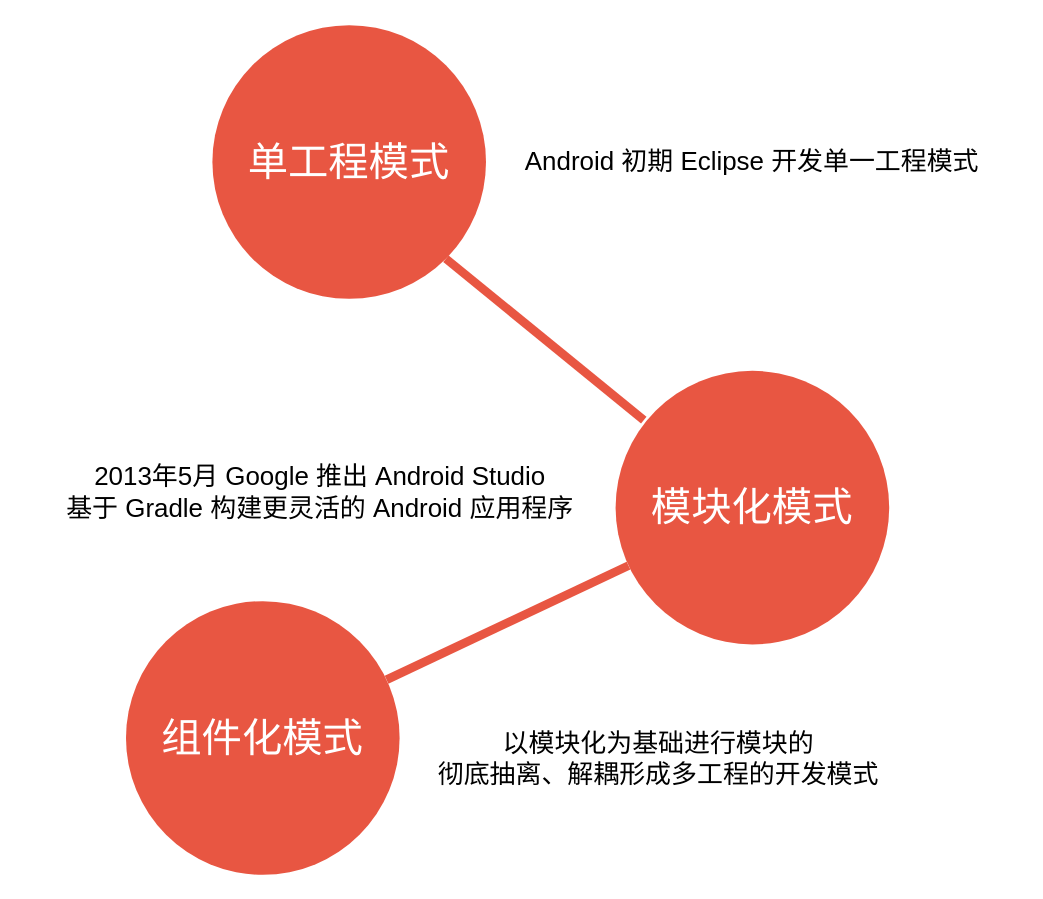
Before: ImageFolder/Wiki/basis_evolution.drawio in RockyQu/ComponentFrames, a draw.io diagram. Source tidied: cells renumbered, new cells numbered last; positions are measured from the earlier drawing's top-left corner, leaving out a move shared by most shapes. Both pictures are drawn from the tidied source at 144%, with x=0, y=0 at pixel (24, 24).
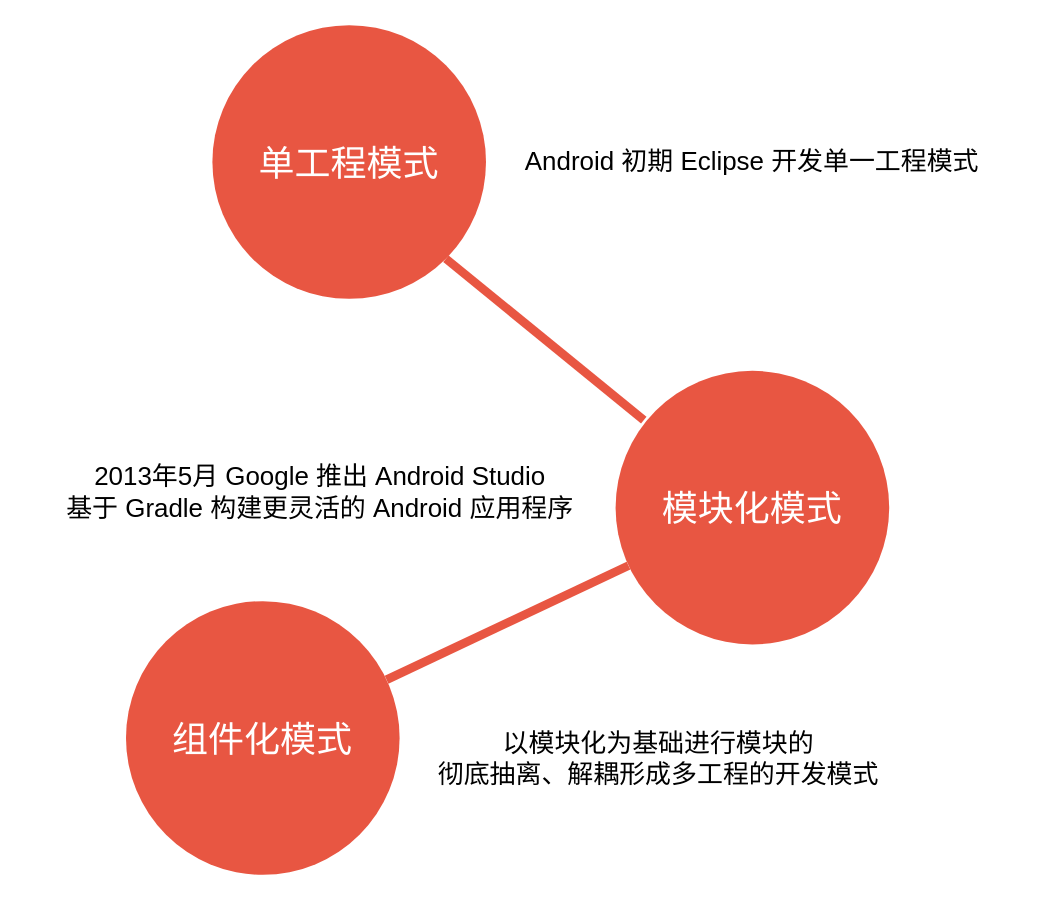
The same diagram, later.

Commit message (it also covers changes not shown here):
添加架构图

What changed in the source:
```diff
@@
 <mxGraphModel background="#ffffff">
   <root>
     <mxCell id="0" />
     <mxCell id="1" parent="0" />
-    <mxCell id="2" value="&lt;font style=&quot;font-size: 28px&quot;&gt;单工程模式&lt;/font&gt;" style="ellipse;whiteSpace=wrap;html=1;shadow=0;fontFamily=Helvetica;fontSize=20;fontColor=#FFFFFF;align=center;strokeWidth=3;fillColor=#E85642;strokeColor=none;" parent="1" vertex="1">
+    <mxCell id="2" value="&lt;font style=&quot;font-size: 25px&quot;&gt;&lt;font style=&quot;vertical-align: inherit ; font-size: 25px&quot;&gt;&lt;font style=&quot;vertical-align: inherit ; font-size: 25px&quot;&gt;单工程模式&lt;/font&gt;&lt;/font&gt;&lt;/font&gt;" style="ellipse;whiteSpace=wrap;html=1;shadow=0;fontFamily=Helvetica;fontSize=20;fontColor=#FFFFFF;align=center;strokeWidth=3;fillColor=#E85642;strokeColor=none;" parent="1" vertex="1">
       <mxGeometry x="130" width="190" height="190" as="geometry" />
     </mxCell>
     <mxCell id="3" style="edgeStyle=none;endArrow=none;strokeWidth=6;strokeColor=#E85642;html=1;exitX=0.103;exitY=0.18;exitDx=0;exitDy=0;entryX=1;entryY=1;entryDx=0;entryDy=0;exitPerimeter=0;" parent="1" edge="1" source="6" target="2">
       <mxGeometry x="331" y="276.5" as="geometry" />
     </mxCell>
     <mxCell id="4" style="edgeStyle=none;endArrow=none;strokeWidth=6;strokeColor=#E85642;html=1;" parent="1" edge="1" source="6" target="5">
       <mxGeometry x="341" y="300.5" as="geometry" />
     </mxCell>
-    <mxCell id="5" value="&lt;font style=&quot;font-size: 28px&quot;&gt;组件化模式&lt;/font&gt;" style="ellipse;whiteSpace=wrap;html=1;shadow=0;fontFamily=Helvetica;fontSize=20;fontColor=#FFFFFF;align=center;strokeWidth=3;fillColor=#E85642;strokeColor=none;" parent="1" vertex="1">
+    <mxCell id="5" value="&lt;font style=&quot;font-size: 25px&quot;&gt;&lt;font style=&quot;vertical-align: inherit ; font-size: 25px&quot;&gt;&lt;font style=&quot;vertical-align: inherit ; font-size: 25px&quot;&gt;组件化模式&lt;/font&gt;&lt;/font&gt;&lt;/font&gt;" style="ellipse;whiteSpace=wrap;html=1;shadow=0;fontFamily=Helvetica;fontSize=20;fontColor=#FFFFFF;align=center;strokeWidth=3;fillColor=#E85642;strokeColor=none;" parent="1" vertex="1">
       <mxGeometry x="70" y="400" width="190" height="190" as="geometry" />
     </mxCell>
-    <mxCell id="6" value="&lt;font style=&quot;font-size: 28px&quot;&gt;模块化模式&lt;/font&gt;" style="ellipse;whiteSpace=wrap;html=1;shadow=0;fontFamily=Helvetica;fontSize=20;fontColor=#FFFFFF;align=center;strokeWidth=3;fillColor=#E85642;strokeColor=none;" parent="1" vertex="1">
+    <mxCell id="6" value="&lt;font style=&quot;font-size: 25px&quot;&gt;&lt;font style=&quot;vertical-align: inherit ; font-size: 25px&quot;&gt;&lt;font style=&quot;vertical-align: inherit ; font-size: 25px&quot;&gt;模块化模式&lt;/font&gt;&lt;/font&gt;&lt;/font&gt;" style="ellipse;whiteSpace=wrap;html=1;shadow=0;fontFamily=Helvetica;fontSize=20;fontColor=#FFFFFF;align=center;strokeWidth=3;fillColor=#E85642;strokeColor=none;" parent="1" vertex="1">
       <mxGeometry x="410" y="240" width="190" height="190" as="geometry" />
     </mxCell>
     <mxCell id="7" value="&lt;div style=&quot;text-align: center&quot;&gt;&lt;font style=&quot;font-size: 18px&quot;&gt;Android&amp;nbsp;初期&amp;nbsp;Eclipse&amp;nbsp;开发单一工程模式&lt;/font&gt;&lt;/div&gt;" style="text;html=1;strokeColor=none;fillColor=none;align=center;verticalAlign=middle;whiteSpace=wrap;rounded=0;" parent="1" vertex="1">
       <mxGeometry x="320" y="65" width="370" height="60" as="geometry" />
     </mxCell>
     <mxCell id="8" value="&lt;div style=&quot;text-align: center&quot;&gt;&lt;font style=&quot;font-size: 18px&quot;&gt;2013年5月&amp;nbsp;Google&amp;nbsp;推出&amp;nbsp;Android Studio&lt;/font&gt;&lt;/div&gt;&lt;div style=&quot;text-align: center&quot;&gt;&lt;font style=&quot;font-size: 18px&quot;&gt;基于&amp;nbsp;Gradle&amp;nbsp;构建更灵活的 Android&amp;nbsp;应用程序&lt;/font&gt;&lt;/div&gt;" style="text;html=1;strokeColor=none;fillColor=none;align=center;verticalAlign=middle;whiteSpace=wrap;rounded=0;" parent="1" vertex="1">
       <mxGeometry y="290" width="410" height="70" as="geometry" />
     </mxCell>
     <mxCell id="9" value="&lt;div style=&quot;text-align: center&quot;&gt;&lt;span style=&quot;font-size: 18px&quot;&gt;以模块化为基础&lt;/span&gt;&lt;span style=&quot;font-size: 18px&quot;&gt;进行模块的&lt;/span&gt;&lt;/div&gt;&lt;div style=&quot;text-align: center&quot;&gt;&lt;span style=&quot;font-size: 18px&quot;&gt;彻底抽离、解耦&lt;/span&gt;&lt;span style=&quot;font-size: 18px&quot;&gt;形成多工程的开发模式&lt;/span&gt;&lt;/div&gt;" style="text;html=1;strokeColor=none;fillColor=none;align=center;verticalAlign=middle;whiteSpace=wrap;rounded=0;" parent="1" vertex="1">
       <mxGeometry x="260" y="480" width="360" height="60" as="geometry" />
     </mxCell>
   </root>
 </mxGraphModel>
```
